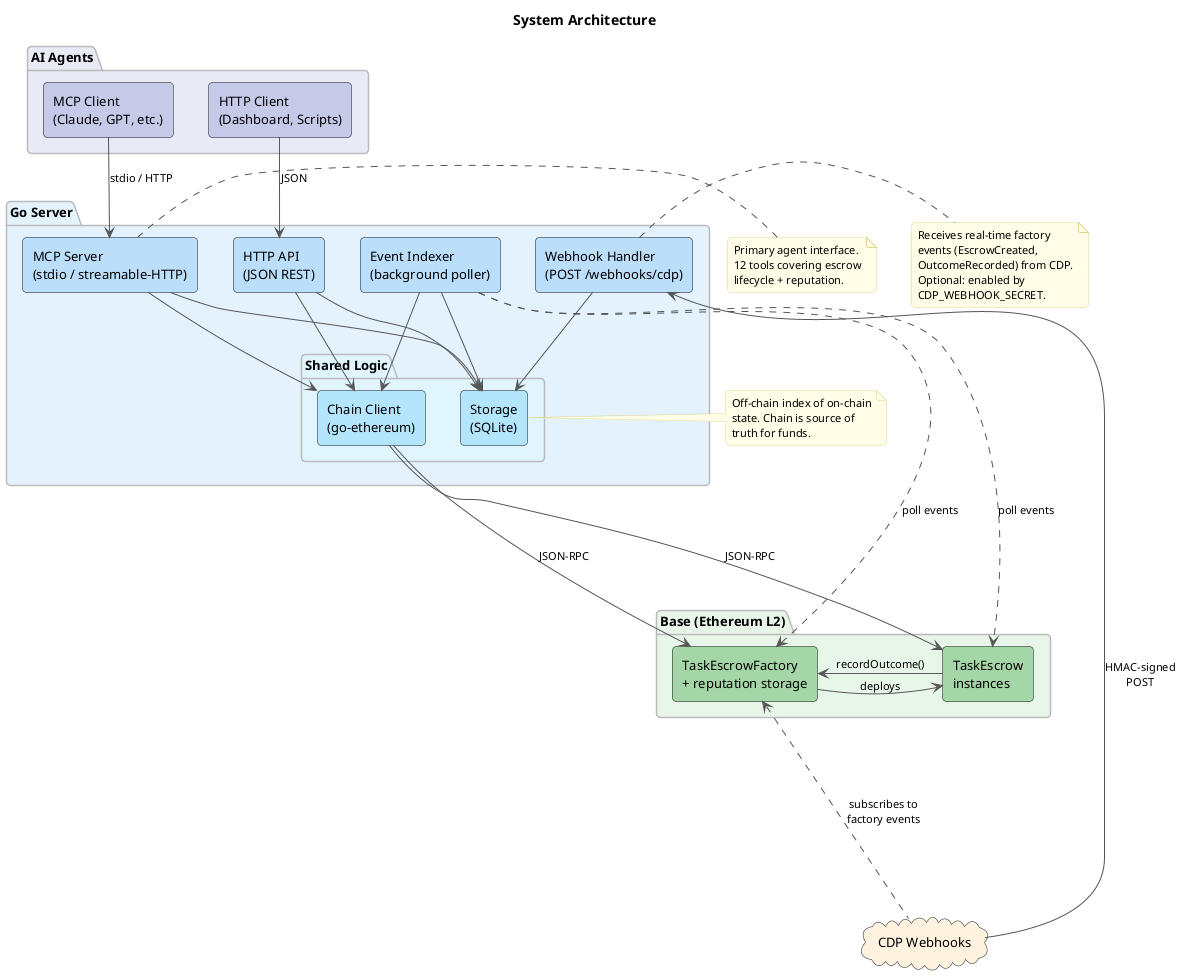
The PlantUML diagram docs/diagrams/architecture.png in eddiefleurent/agent-escrow, before a commit.
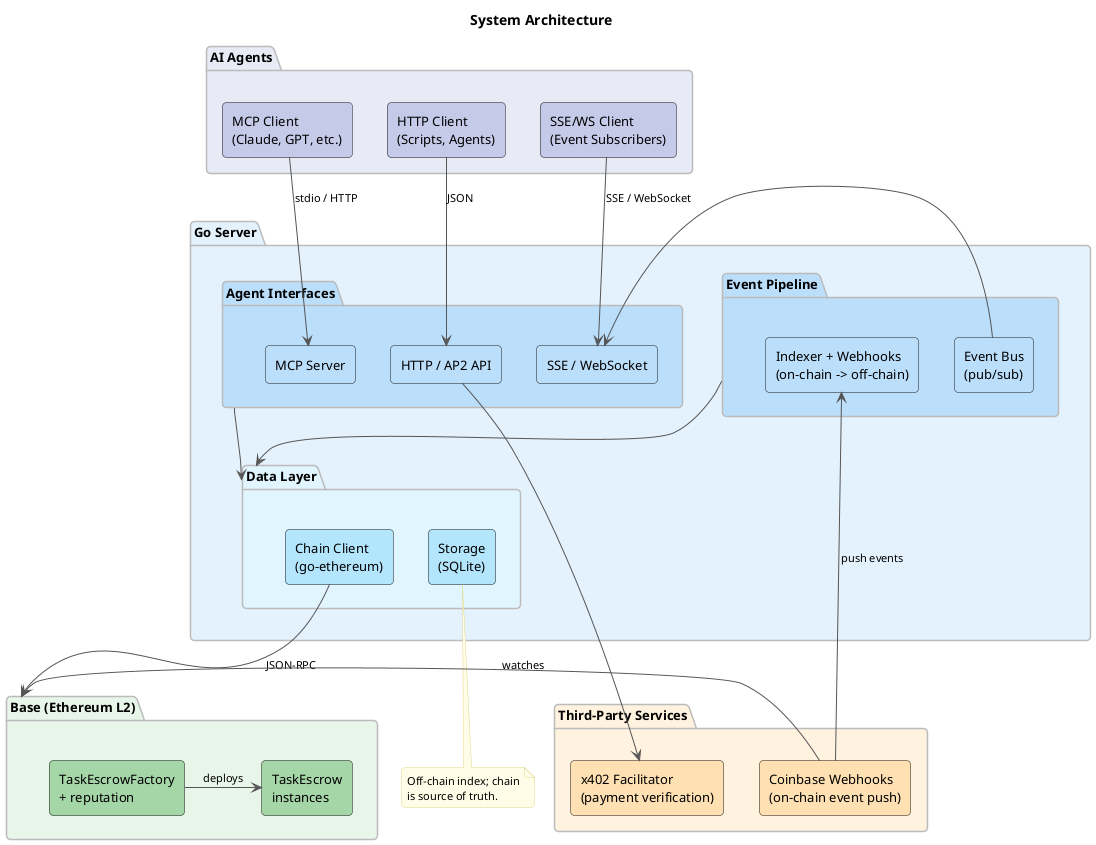
The same file after the commit.

Diff of the diagram source:
```diff
@@ -23,67 +23,56 @@
 
 package "AI Agents" as agents #E8EAF6 {
   [MCP Client\n(Claude, GPT, etc.)] as mcp_client #C5CAE9
-  [HTTP Client\n(Dashboard, Scripts)] as http_client #C5CAE9
+  [HTTP Client\n(Scripts, Agents)] as http_client #C5CAE9
+  [SSE/WS Client\n(Event Subscribers)] as stream_client #C5CAE9
 }
 
 package "Go Server" as server #E3F2FD {
-  [MCP Server\n(stdio / streamable-HTTP)] as mcp_server #BBDEFB
-  [HTTP API\n(JSON REST)] as http_api #BBDEFB
-  [Webhook Handler\n(POST /webhooks/cdp)] as webhook #BBDEFB
-  [Event Indexer\n(background poller)] as indexer #BBDEFB
+  package "Agent Interfaces" as ifaces #BBDEFB {
+    [MCP Server] as mcp_server #BBDEFB
+    [HTTP / AP2 API] as http_api #BBDEFB
+    [SSE / WebSocket] as stream_handler #BBDEFB
+  }
 
-  package "Shared Logic" as shared #E1F5FE {
+  package "Event Pipeline" as pipeline #BBDEFB {
+    [Indexer + Webhooks\n(on-chain -> off-chain)] as indexer #BBDEFB
+    [Event Bus\n(pub/sub)] as event_bus #BBDEFB
+  }
+
+  package "Data Layer" as data #E1F5FE {
     [Chain Client\n(go-ethereum)] as chain_client #B3E5FC
     [Storage\n(SQLite)] as storage #B3E5FC
   }
 
-  mcp_server -down-> chain_client
-  mcp_server -down-> storage
-  http_api -down-> chain_client
-  http_api -down-> storage
-  webhook -down-> storage
-  indexer -down-> chain_client
-  indexer -down-> storage
+  ifaces -down-> data
+  pipeline -down-> data
+  event_bus -right-> stream_handler
+}
+
+package "Third-Party Services" as external #FFF3E0 {
+  [x402 Facilitator\n(payment verification)] as x402 #FFE0B2
+  [Coinbase Webhooks\n(on-chain event push)] as cdp #FFE0B2
 }
 
 package "Base (Ethereum L2)" as chain #E8F5E9 {
-  [TaskEscrowFactory\n+ reputation storage] as factory #A5D6A7
+  [TaskEscrowFactory\n+ reputation] as factory #A5D6A7
   [TaskEscrow\ninstances] as escrow #A5D6A7
   factory -right-> escrow : deploys
-  escrow -left-> factory : recordOutcome()
 }
-
-cloud "CDP Webhooks" as cdp #FFF3E0
 
 mcp_client -down-> mcp_server : stdio / HTTP
 http_client -down-> http_api : JSON
+stream_client -down-> stream_handler : SSE / WebSocket
 
-chain_client -down-> factory : JSON-RPC
-chain_client -down-> escrow : JSON-RPC
-indexer ..down..> factory : poll events
-indexer ..down..> escrow : poll events
+chain_client -down-> chain : JSON-RPC
 
-cdp -down-> webhook : HMAC-signed\nPOST
-cdp ..up..> factory : subscribes to\nfactory events
+http_api -right-> x402
+cdp -left-> chain : watches
+cdp -up-> indexer : push events
 
-note right of mcp_server
-  Primary agent interface.
-  12 tools covering escrow
-  lifecycle + reputation.
-end note
-
-note right of webhook
-  Receives real-time factory
-  events (EscrowCreated,
-  OutcomeRecorded) from CDP.
-  Optional: enabled by
-  CDP_WEBHOOK_SECRET.
-end note
-
-note right of storage
-  Off-chain index of on-chain
-  state. Chain is source of
-  truth for funds.
+note bottom of storage
+  Off-chain index; chain
+  is source of truth.
 end note
 
 @enduml
```
